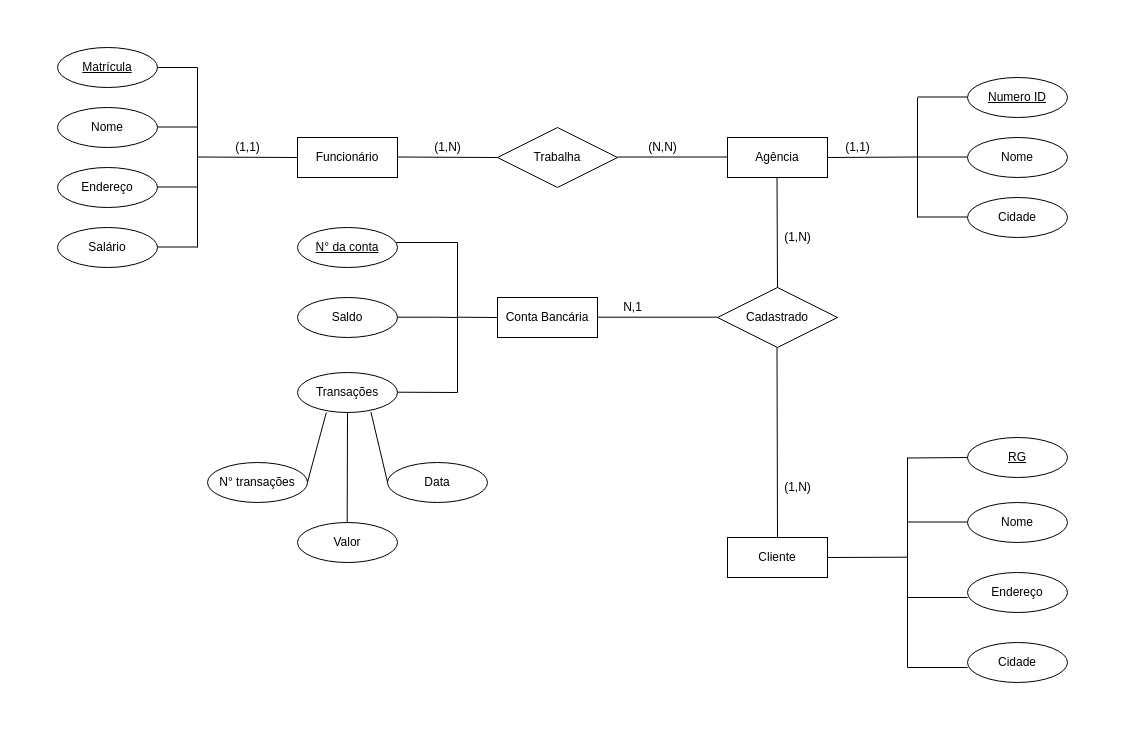
The draw.io diagram Untitled Diagram.drawio in AkowsS/Diagrama-Entidade-Relacionamento, before the edit. Source tidied: cells renumbered, new cells numbered last; positions are measured from the earlier drawing's top-left corner, leaving out a move shared by most shapes. Both pictures are drawn from the tidied source at 100%, with x=0, y=0 at pixel (57, 47).
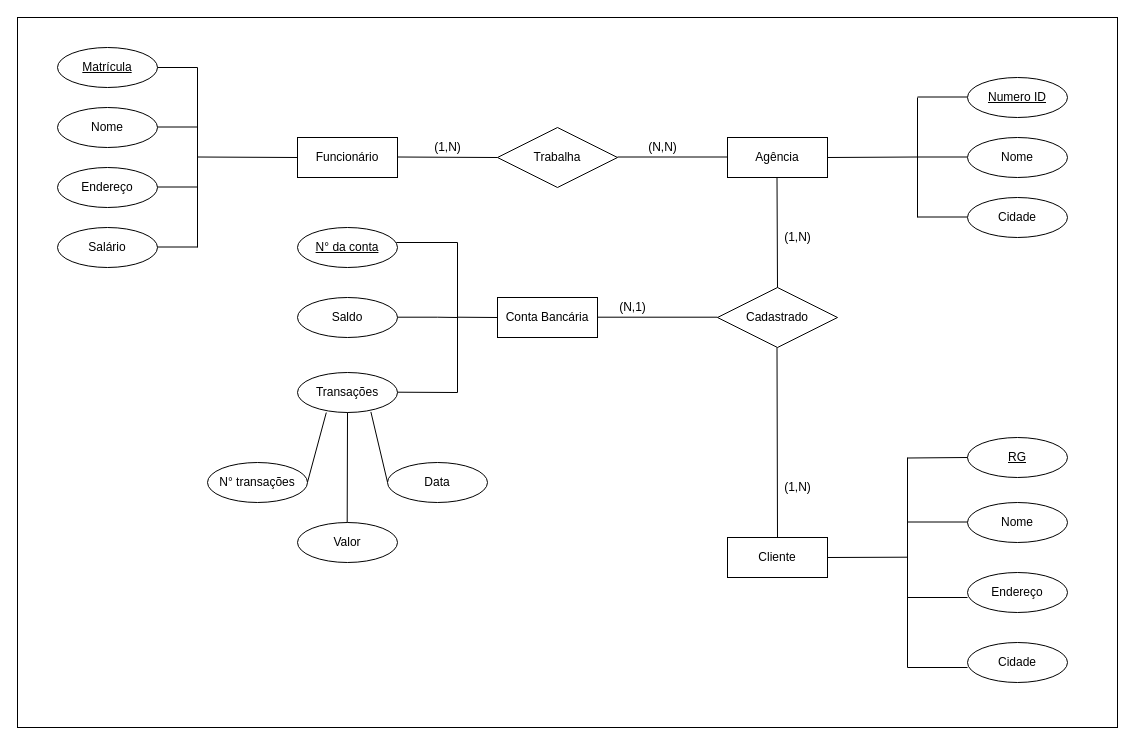
The same page after the edit.

What changed in the source:
```diff
@@
+    <mxCell id="62" style="rounded=0;whiteSpace=wrap;html=1;" parent="1" vertex="1">
+      <mxGeometry x="-40" y="-30" width="1100" height="710" as="geometry" />
+    </mxCell>
@@
-    <mxCell id="30" value="(1,1)" style="text;html=1;align=center;verticalAlign=middle;strokeColor=none;" parent="1" vertex="1">
-      <mxGeometry x="170" y="90" width="40" height="20" as="geometry" />
-    </mxCell>
@@
-    <mxCell id="33" value="(1,1)" style="text;html=1;align=center;verticalAlign=middle;strokeColor=none;" parent="1" vertex="1">
-      <mxGeometry x="780" y="90" width="40" height="20" as="geometry" />
-    </mxCell>
@@
-    <mxCell id="61" value="N,1" style="text;html=1;align=center;verticalAlign=middle;strokeColor=none;" parent="1" vertex="1">
-      <mxGeometry x="560" y="250" width="30" height="20" as="geometry" />
+    <mxCell id="61" value="(N,1)" style="text;html=1;align=center;verticalAlign=middle;strokeColor=none;" parent="1" vertex="1">
+      <mxGeometry x="555" y="250" width="40" height="20" as="geometry" />
     </mxCell>
```
